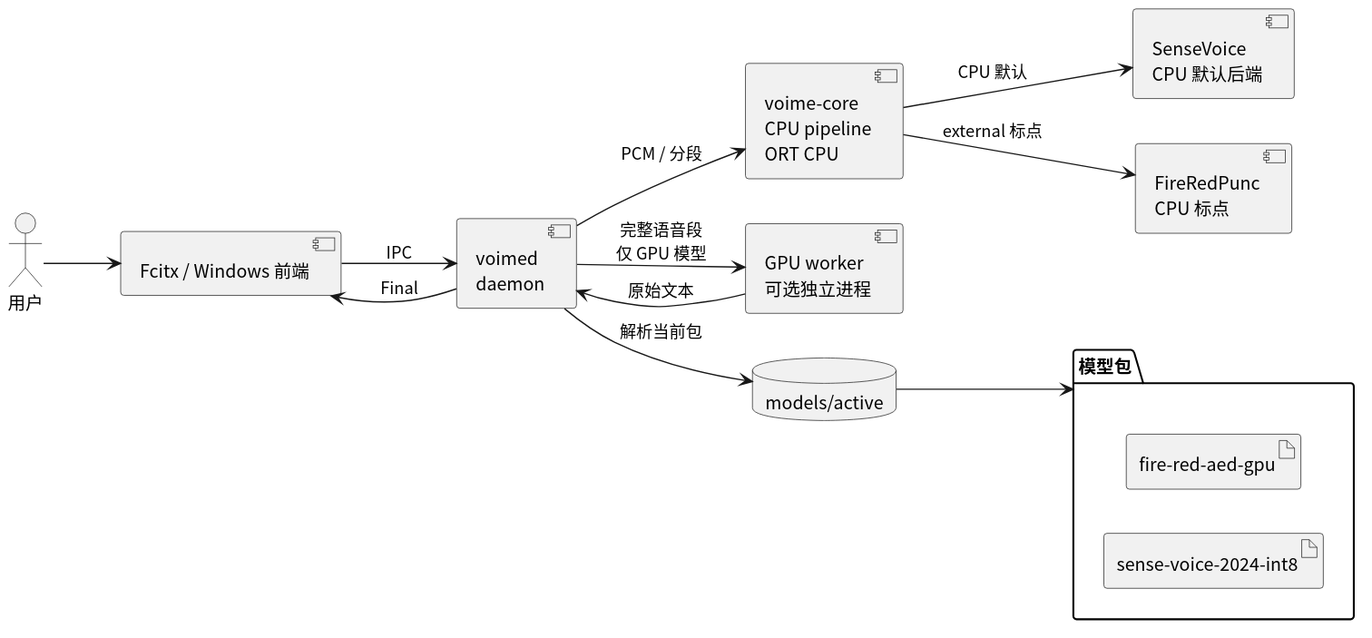
This is diagram/asr-v2-architecture.svg from 54m43lJ/voime, a PlantUML export, as it was before one commit.
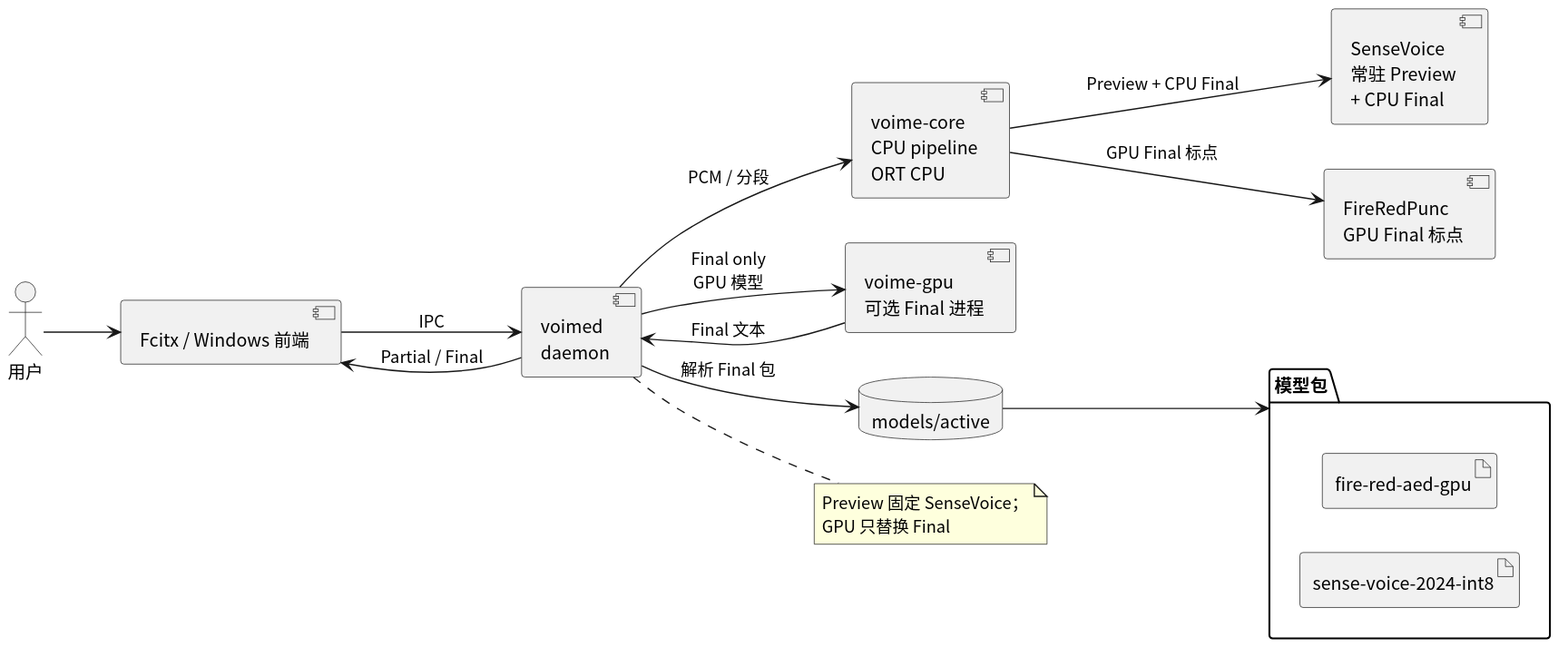
Above is the later version.

Commit message:
docs: 调整 ASR v2 为 Preview/Final 分工与 voime-gpu

Change to the diagram source:
```diff
@@ -8,9 +8,9 @@
 component "Fcitx / Windows 前端" as Frontend
 component "voimed\ndaemon" as Daemon
 component "voime-core\nCPU pipeline\nORT CPU" as Core
-component "SenseVoice\nCPU 默认后端" as SenseVoice
-component "GPU worker\n可选独立进程" as GpuWorker
-component "FireRedPunc\nCPU 标点" as Punc
+component "SenseVoice\n常驻 Preview\n+ CPU Final" as SenseVoice
+component "voime-gpu\n可选 Final 进程" as GpuWorker
+component "FireRedPunc\nGPU Final 标点" as Punc
 
 database "models/active" as Active
 folder "模型包" as Packages {
@@ -20,12 +20,17 @@
 
 User --> Frontend
 Frontend --> Daemon : IPC
-Daemon --> Active : 解析当前包
+Daemon --> Active : 解析 Final 包
 Active --> Packages
 Daemon --> Core : PCM / 分段
-Core --> SenseVoice : CPU 默认
-Core --> Punc : external 标点
-Daemon --> GpuWorker : 完整语音段\n仅 GPU 模型
-GpuWorker --> Daemon : 原始文本
-Daemon --> Frontend : Final
+Core --> SenseVoice : Preview + CPU Final
+Core --> Punc : GPU Final 标点
+Daemon --> GpuWorker : Final only\nGPU 模型
+GpuWorker --> Daemon : Final 文本
+Daemon --> Frontend : Partial / Final
+
+note right of Daemon
+  Preview 固定 SenseVoice；
+  GPU 只替换 Final
+end note
 @enduml
```
